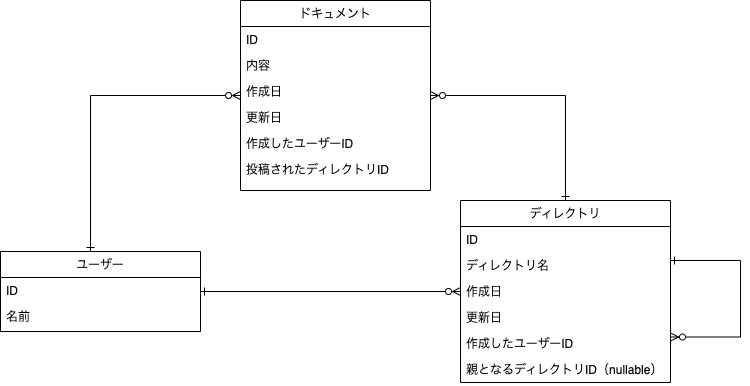
Earlier version of the draw.io export db/db-modeling-3/DB3 Diagram task1.drawio.png (yuikoito/PrAhaChallenge). Source tidied: cells renumbered, new cells last; positions are measured from the earlier drawing's top-left corner, leaving out a move shared by most shapes.
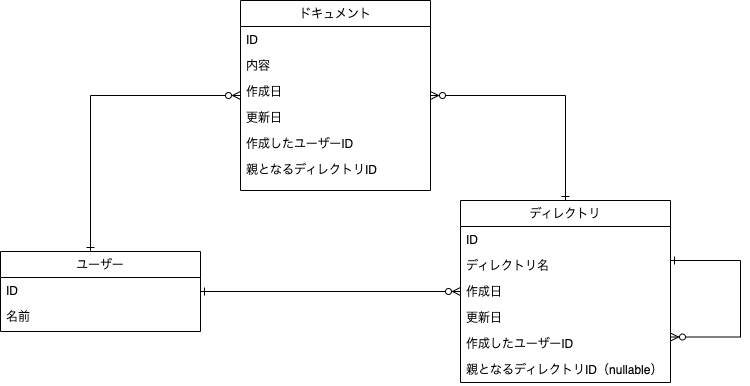
Later version of the same file.

Diff of the diagram source:
```diff
@@ -42,7 +42,7 @@
     <mxCell id="13" value="作成したユーザーID" style="text;align=left;verticalAlign=top;spacingLeft=4;spacingRight=4;overflow=hidden;" parent="8" vertex="1">
       <mxGeometry y="130" width="190" height="26" as="geometry" />
     </mxCell>
-    <mxCell id="14" value="投稿されたディレクトリID" style="text;align=left;verticalAlign=top;spacingLeft=4;spacingRight=4;overflow=hidden;" parent="8" vertex="1">
+    <mxCell id="14" value="親となるディレクトリID" style="text;align=left;verticalAlign=top;spacingLeft=4;spacingRight=4;overflow=hidden;" parent="8" vertex="1">
       <mxGeometry y="156" width="190" height="30" as="geometry" />
     </mxCell>
     <mxCell id="15" value="ディレクトリ" style="swimlane;fontStyle=0;align=center;verticalAlign=top;horizontal=1;startSize=26;rounded=0;shadow=0;strokeWidth=1;" parent="1" vertex="1">
```
